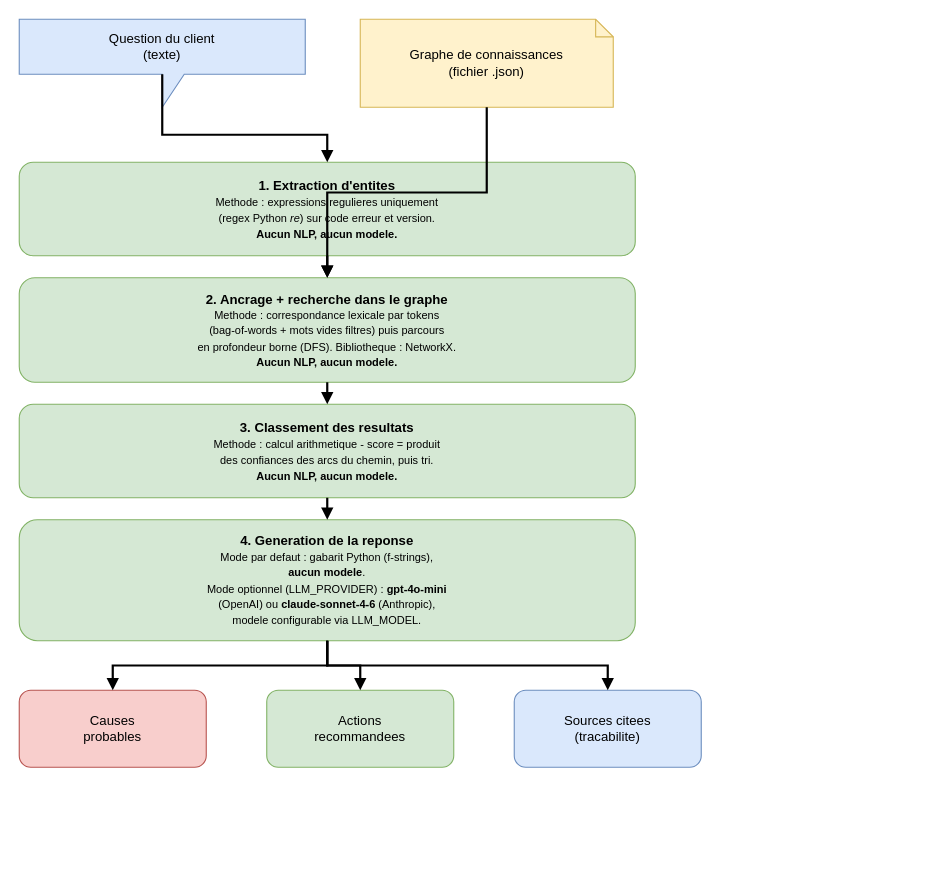
LucryChoumel/Assistant-support-technique-explicable-base-sur-GraphRAG keeps this draw.io diagram as docs/architecture.drawio. Above is the earlier version. Source tidied: cells renumbered, new cells numbered last; positions are measured from the earlier drawing's top-left corner, leaving out a move shared by most shapes. Both pictures are drawn from the tidied source at 110%, with x=0, y=0 at pixel (19, 19).
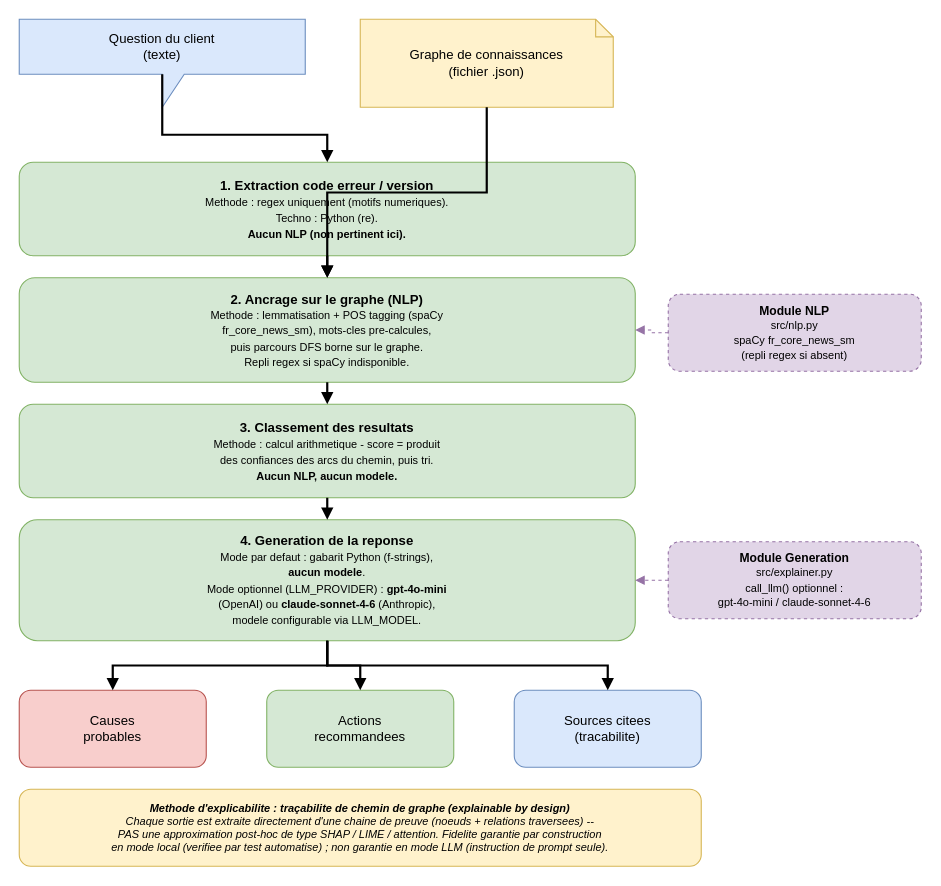
Above is the later version.

Unchanged cells that the change refers to:
```xml
<mxCell id="7" value="&lt;b&gt;4. Generation de la reponse&lt;/b&gt;&lt;br&gt;&lt;font style=&quot;font-size:10px&quot;&gt;Mode par defaut : gabarit Python (f-strings),&lt;br&gt;&lt;b&gt;aucun modele&lt;/b&gt;.&lt;br&gt;Mode optionnel (LLM_PROVIDER) : &lt;b&gt;gpt-4o-mini&lt;/b&gt;&lt;br&gt;(OpenAI) ou &lt;b&gt;claude-sonnet-4-6&lt;/b&gt; (Anthropic),&lt;br&gt;modele configurable via LLM_MODEL.&lt;/font&gt;" style="rounded=1;whiteSpace=wrap;html=1;fillColor=#d5e8d4;strokeColor=#82b366;fontSize=12;align=center;verticalAlign=middle;" parent="1" vertex="1">
  <mxGeometry y="455" width="560" height="110" as="geometry" />
</mxCell>
```

What changed in the source:
```diff
@@
-    <mxCell id="4" value="&lt;b&gt;1. Extraction d'entites&lt;/b&gt;&lt;br&gt;&lt;font style=&quot;font-size:10px&quot;&gt;Methode : expressions regulieres uniquement&lt;br&gt;(regex Python &lt;i&gt;re&lt;/i&gt;) sur code erreur et version.&lt;br&gt;&lt;b&gt;Aucun NLP, aucun modele.&lt;/b&gt;&lt;/font&gt;" style="rounded=1;whiteSpace=wrap;html=1;fillColor=#d5e8d4;strokeColor=#82b366;fontSize=12;align=center;verticalAlign=middle;" parent="1" vertex="1">
+    <mxCell id="4" value="&lt;b&gt;1. Extraction code erreur / version&lt;/b&gt;&lt;br&gt;&lt;font style=&quot;font-size:10px&quot;&gt;Methode : regex uniquement (motifs numeriques).&lt;br&gt;Techno : Python (re).&lt;br&gt;&lt;b&gt;Aucun NLP (non pertinent ici).&lt;/b&gt;&lt;/font&gt;" style="rounded=1;whiteSpace=wrap;html=1;fillColor=#d5e8d4;strokeColor=#82b366;fontSize=12;align=center;verticalAlign=middle;" parent="1" vertex="1">
       <mxGeometry y="130" width="560" height="85" as="geometry" />
     </mxCell>
-    <mxCell id="5" value="&lt;b&gt;2. Ancrage + recherche dans le graphe&lt;/b&gt;&lt;br&gt;&lt;font style=&quot;font-size:10px&quot;&gt;Methode : correspondance lexicale par tokens&lt;br&gt;(bag-of-words + mots vides filtres) puis parcours&lt;br&gt;en profondeur borne (DFS). Bibliotheque : NetworkX.&lt;br&gt;&lt;b&gt;Aucun NLP, aucun modele.&lt;/b&gt;&lt;/font&gt;" style="rounded=1;whiteSpace=wrap;html=1;fillColor=#d5e8d4;strokeColor=#82b366;fontSize=12;align=center;verticalAlign=middle;" parent="1" vertex="1">
+    <mxCell id="5" value="&lt;b&gt;2. Ancrage sur le graphe (NLP)&lt;/b&gt;&lt;br&gt;&lt;font style=&quot;font-size:10px&quot;&gt;Methode : lemmatisation + POS tagging (spaCy&lt;br&gt;fr_core_news_sm), mots-cles pre-calcules,&lt;br&gt;puis parcours DFS borne sur le graphe.&lt;br&gt;Repli regex si spaCy indisponible.&lt;/font&gt;" style="rounded=1;whiteSpace=wrap;html=1;fillColor=#d5e8d4;strokeColor=#82b366;fontSize=12;align=center;verticalAlign=middle;" parent="1" vertex="1">
       <mxGeometry y="235" width="560" height="95" as="geometry" />
     </mxCell>
+    <mxCell id="19" value="&lt;b&gt;Module NLP&lt;/b&gt;&lt;br&gt;&lt;font style=&quot;font-size:10px&quot;&gt;src/nlp.py&lt;br&gt;spaCy fr_core_news_sm&lt;br&gt;(repli regex si absent)&lt;/font&gt;" style="rounded=1;dashed=1;whiteSpace=wrap;html=1;fillColor=#e1d5e7;strokeColor=#9673a6;fontSize=11;align=center;verticalAlign=middle;" parent="1" vertex="1">
+      <mxGeometry x="590" y="250" width="230" height="70" as="geometry" />
+    </mxCell>
+    <mxCell id="20" style="edgeStyle=orthogonalEdgeStyle;rounded=0;html=1;endArrow=block;dashed=1;strokeColor=#9673a6;" parent="1" edge="1" source="19" target="5">
+      <mxGeometry relative="1" as="geometry" />
+    </mxCell>
@@
+    <mxCell id="21" value="&lt;b&gt;Module Generation&lt;/b&gt;&lt;br&gt;&lt;font style=&quot;font-size:10px&quot;&gt;src/explainer.py&lt;br&gt;call_llm() optionnel :&lt;br&gt;gpt-4o-mini / claude-sonnet-4-6&lt;/font&gt;" style="rounded=1;dashed=1;whiteSpace=wrap;html=1;fillColor=#e1d5e7;strokeColor=#9673a6;fontSize=11;align=center;verticalAlign=middle;" parent="1" vertex="1">
+      <mxGeometry x="590" y="475" width="230" height="70" as="geometry" />
+    </mxCell>
+    <mxCell id="22" style="edgeStyle=orthogonalEdgeStyle;rounded=0;html=1;endArrow=block;dashed=1;strokeColor=#9673a6;" parent="1" edge="1" source="21" target="7">
+      <mxGeometry relative="1" as="geometry" />
+    </mxCell>
@@
+    <mxCell id="23" value="&lt;b&gt;Methode d'explicabilite : traçabilite de chemin de graphe (explainable by design)&lt;/b&gt;&lt;br&gt;Chaque sortie est extraite directement d'une chaine de preuve (noeuds + relations traversees) --&lt;br&gt;PAS une approximation post-hoc de type SHAP / LIME / attention. Fidelite garantie par construction&lt;br&gt;en mode local (verifiee par test automatise) ; non garantie en mode LLM (instruction de prompt seule)." style="rounded=1;whiteSpace=wrap;html=1;fillColor=#fff2cc;strokeColor=#d6b656;fontSize=10;align=center;verticalAlign=middle;fontStyle=2;" parent="1" vertex="1">
+      <mxGeometry y="700" width="620" height="70" as="geometry" />
+    </mxCell>
```
